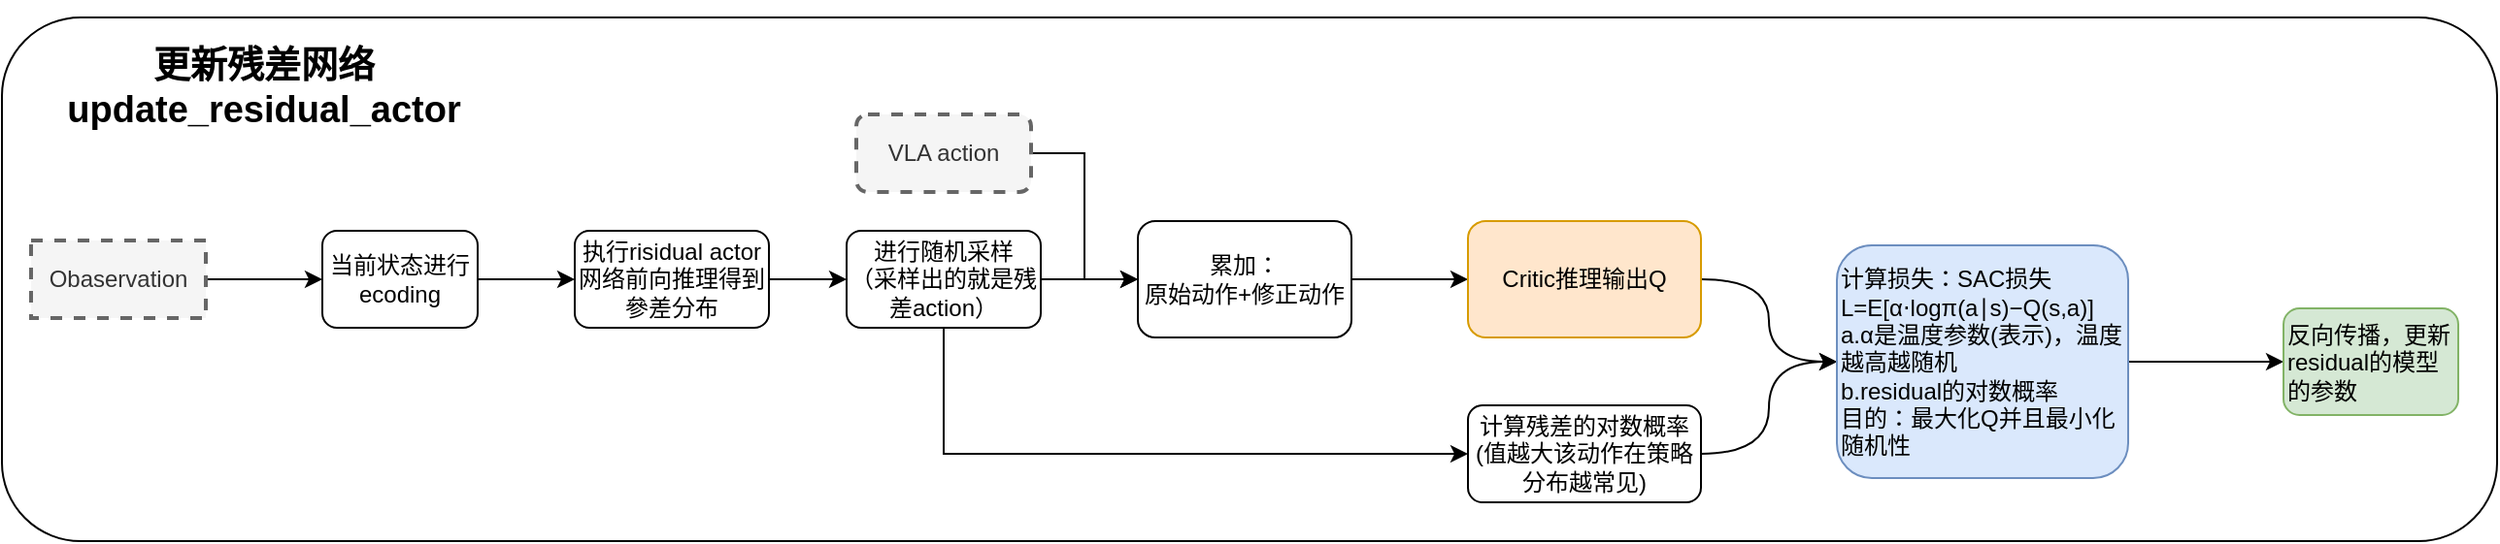
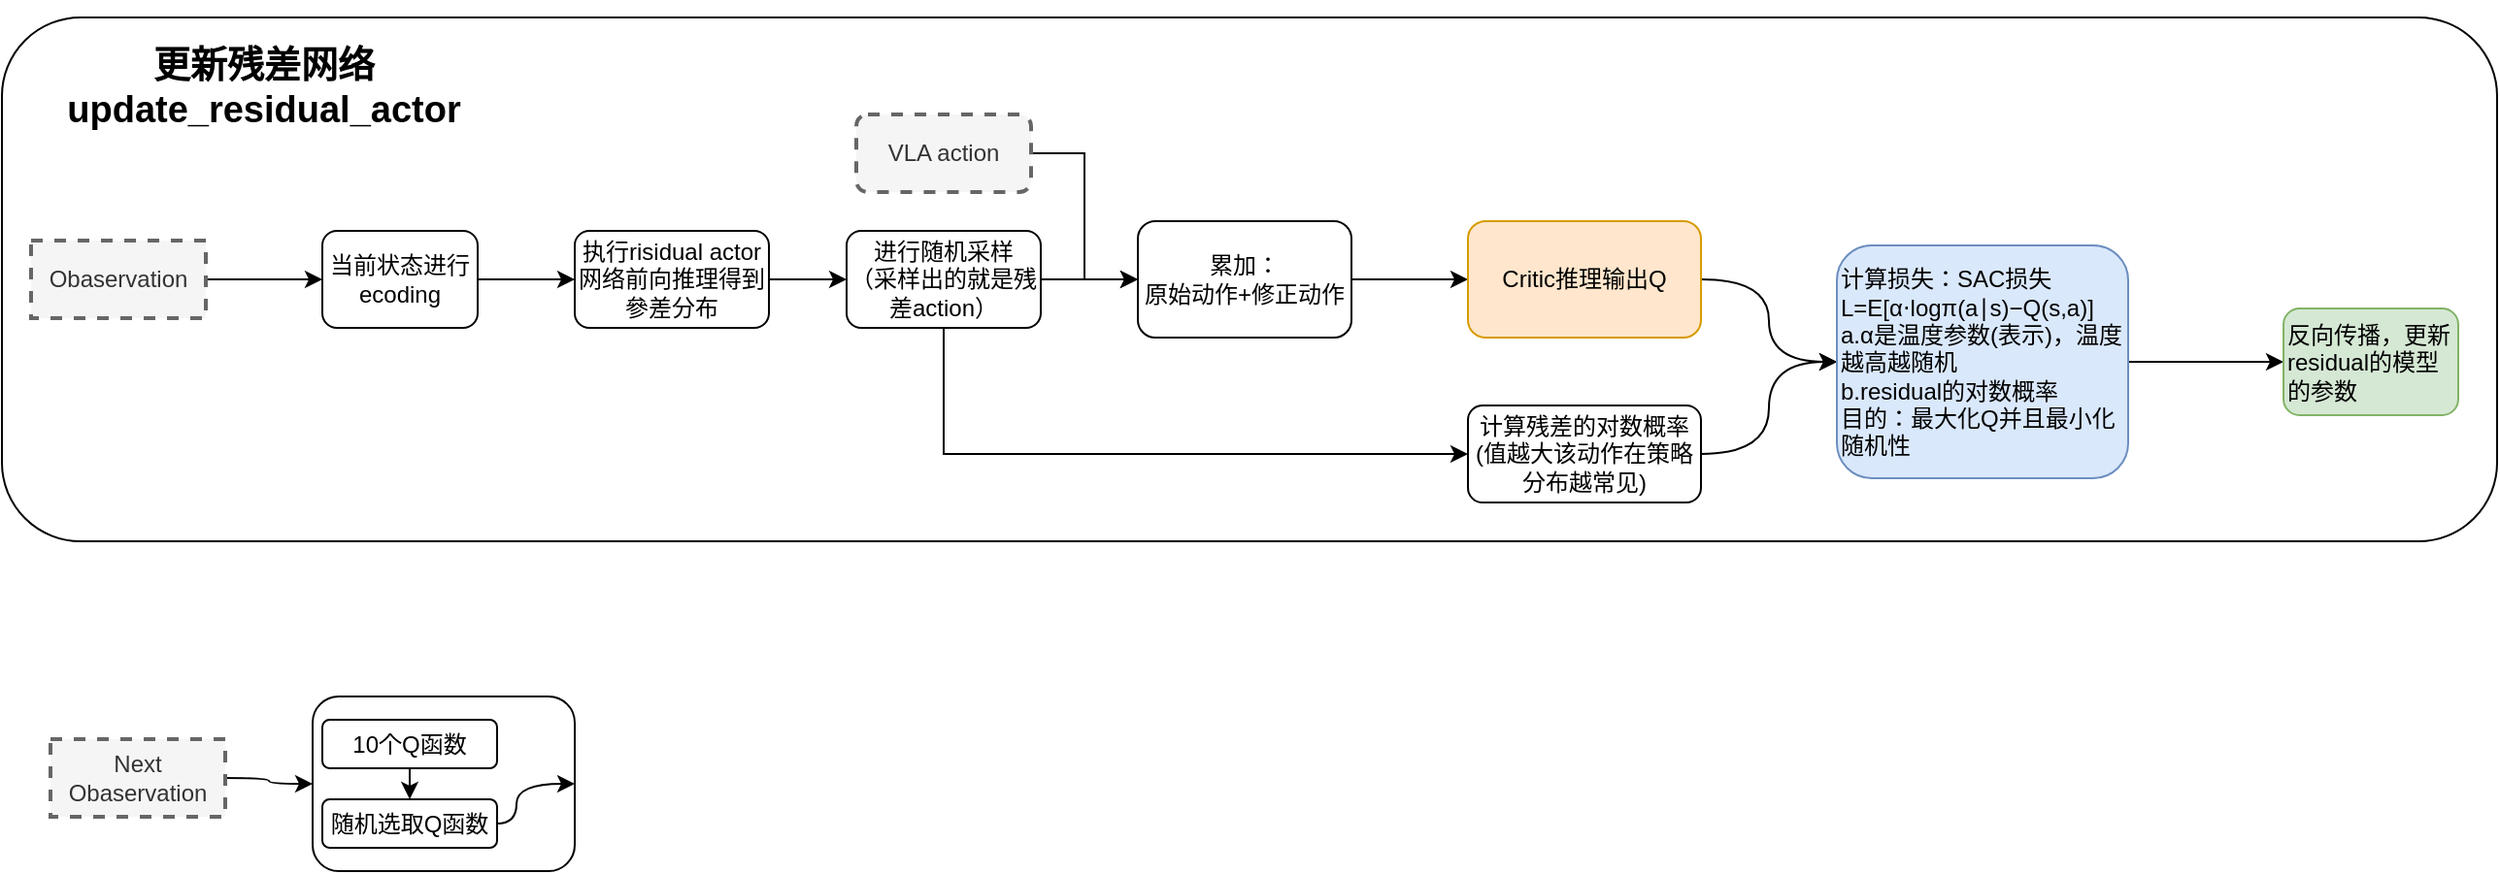
<mxfile host="app.diagrams.net">
  <diagram name="第 1 页" id="Xl2nalXjscSPXPMrPieM">
-     <mxGraphModel dx="2320" dy="849" grid="1" gridSize="10" guides="1" tooltips="1" connect="1" arrows="1" fold="1" page="1" pageScale="1" pageWidth="827" pageHeight="1169" math="0" shadow="0">
+     <mxGraphModel dx="1431" dy="1717" grid="1" gridSize="10" guides="1" tooltips="1" connect="1" arrows="1" fold="1" page="1" pageScale="1" pageWidth="827" pageHeight="1169" math="0" shadow="0">
      <root>
        <mxCell id="0" />
        <mxCell id="1" parent="0" />
+         <mxCell id="5m5IZYSdE89hOnIhnB_D-27" parent="1" style="rounded=1;whiteSpace=wrap;html=1;" value="" vertex="1">
+           <mxGeometry height="90" width="135" x="105" y="540" as="geometry" />
+         </mxCell>
        <mxCell id="5m5IZYSdE89hOnIhnB_D-22" parent="1" style="rounded=1;whiteSpace=wrap;html=1;" value="" vertex="1">
          <mxGeometry height="270" width="1285" x="-55" y="190" as="geometry" />
        </mxCell>
        <mxCell id="5m5IZYSdE89hOnIhnB_D-3" edge="1" parent="1" source="5m5IZYSdE89hOnIhnB_D-1" style="edgeStyle=orthogonalEdgeStyle;rounded=0;orthogonalLoop=1;jettySize=auto;html=1;" target="5m5IZYSdE89hOnIhnB_D-2" value="">
          <mxGeometry relative="1" as="geometry" />
        </mxCell>
        <mxCell id="5m5IZYSdE89hOnIhnB_D-1" parent="1" style="rounded=1;whiteSpace=wrap;html=1;" value="当前状态进行ecoding" vertex="1">
          <mxGeometry height="50" width="80" x="110" y="300" as="geometry" />
        </mxCell>
        <mxCell id="5m5IZYSdE89hOnIhnB_D-5" edge="1" parent="1" source="5m5IZYSdE89hOnIhnB_D-2" style="edgeStyle=orthogonalEdgeStyle;rounded=0;orthogonalLoop=1;jettySize=auto;html=1;" target="5m5IZYSdE89hOnIhnB_D-4" value="">
          <mxGeometry relative="1" as="geometry" />
        </mxCell>
        <mxCell id="5m5IZYSdE89hOnIhnB_D-2" parent="1" style="rounded=1;whiteSpace=wrap;html=1;" value="执行risidual actor网络前向推理得到參差分布" vertex="1">
          <mxGeometry height="50" width="100" x="240" y="300" as="geometry" />
        </mxCell>
        <mxCell id="5m5IZYSdE89hOnIhnB_D-7" edge="1" parent="1" source="5m5IZYSdE89hOnIhnB_D-4" style="edgeStyle=orthogonalEdgeStyle;rounded=0;orthogonalLoop=1;jettySize=auto;html=1;exitX=0.5;exitY=1;exitDx=0;exitDy=0;entryX=0;entryY=0.5;entryDx=0;entryDy=0;" target="5m5IZYSdE89hOnIhnB_D-6" value="">
          <mxGeometry relative="1" as="geometry" />
        </mxCell>
        <mxCell id="5m5IZYSdE89hOnIhnB_D-14" edge="1" parent="1" source="5m5IZYSdE89hOnIhnB_D-4" style="edgeStyle=orthogonalEdgeStyle;rounded=0;orthogonalLoop=1;jettySize=auto;html=1;exitX=1;exitY=0.5;exitDx=0;exitDy=0;entryX=0;entryY=0.5;entryDx=0;entryDy=0;" target="5m5IZYSdE89hOnIhnB_D-12">
          <mxGeometry relative="1" as="geometry" />
        </mxCell>
        <mxCell id="5m5IZYSdE89hOnIhnB_D-4" parent="1" style="rounded=1;whiteSpace=wrap;html=1;" value="进行随机采样&lt;br&gt;（采样出的就是残差action）" vertex="1">
          <mxGeometry height="50" width="100" x="380" y="300" as="geometry" />
        </mxCell>
        <mxCell id="5m5IZYSdE89hOnIhnB_D-19" edge="1" parent="1" source="5m5IZYSdE89hOnIhnB_D-6" style="edgeStyle=orthogonalEdgeStyle;rounded=0;orthogonalLoop=1;jettySize=auto;html=1;exitX=1;exitY=0.5;exitDx=0;exitDy=0;entryX=0;entryY=0.5;entryDx=0;entryDy=0;curved=1;" target="5m5IZYSdE89hOnIhnB_D-17">
          <mxGeometry relative="1" as="geometry" />
        </mxCell>
        <mxCell id="5m5IZYSdE89hOnIhnB_D-6" parent="1" style="rounded=1;whiteSpace=wrap;html=1;" value="计算残差的对数概率&lt;br&gt;(值越大该动作在策略分布越常见)" vertex="1">
          <mxGeometry height="50" width="120" x="700" y="390" as="geometry" />
        </mxCell>
        <mxCell id="5m5IZYSdE89hOnIhnB_D-9" edge="1" parent="1" source="5m5IZYSdE89hOnIhnB_D-8" style="edgeStyle=orthogonalEdgeStyle;rounded=0;orthogonalLoop=1;jettySize=auto;html=1;exitX=1;exitY=0.5;exitDx=0;exitDy=0;entryX=0;entryY=0.5;entryDx=0;entryDy=0;" target="5m5IZYSdE89hOnIhnB_D-1">
          <mxGeometry relative="1" as="geometry" />
        </mxCell>
        <mxCell id="5m5IZYSdE89hOnIhnB_D-8" parent="1" style="rounded=0;whiteSpace=wrap;html=1;fillColor=#f5f5f5;fontColor=#333333;strokeColor=#666666;dashed=1;strokeWidth=2;" value="Obaservation" vertex="1">
          <mxGeometry height="40" width="90" x="-40" y="305" as="geometry" />
        </mxCell>
        <mxCell id="5m5IZYSdE89hOnIhnB_D-13" edge="1" parent="1" source="5m5IZYSdE89hOnIhnB_D-10" style="edgeStyle=orthogonalEdgeStyle;rounded=0;orthogonalLoop=1;jettySize=auto;html=1;exitX=1;exitY=0.5;exitDx=0;exitDy=0;entryX=0;entryY=0.5;entryDx=0;entryDy=0;" target="5m5IZYSdE89hOnIhnB_D-12">
          <mxGeometry relative="1" as="geometry" />
        </mxCell>
        <mxCell id="5m5IZYSdE89hOnIhnB_D-10" parent="1" style="rounded=1;whiteSpace=wrap;html=1;fillColor=#f5f5f5;fontColor=#333333;strokeColor=#666666;dashed=1;strokeWidth=2;" value="VLA action" vertex="1">
          <mxGeometry height="40" width="90" x="385" y="240" as="geometry" />
        </mxCell>
        <mxCell id="5m5IZYSdE89hOnIhnB_D-16" edge="1" parent="1" source="5m5IZYSdE89hOnIhnB_D-12" style="edgeStyle=orthogonalEdgeStyle;rounded=0;orthogonalLoop=1;jettySize=auto;html=1;exitX=1;exitY=0.5;exitDx=0;exitDy=0;entryX=0;entryY=0.5;entryDx=0;entryDy=0;" target="5m5IZYSdE89hOnIhnB_D-15">
          <mxGeometry relative="1" as="geometry" />
        </mxCell>
        <mxCell id="5m5IZYSdE89hOnIhnB_D-12" parent="1" style="rounded=1;whiteSpace=wrap;html=1;" value="累加：&lt;br&gt;原始动作+修正动作" vertex="1">
          <mxGeometry height="60" width="110" x="530" y="295" as="geometry" />
        </mxCell>
        <mxCell id="5m5IZYSdE89hOnIhnB_D-18" edge="1" parent="1" source="5m5IZYSdE89hOnIhnB_D-15" style="edgeStyle=orthogonalEdgeStyle;rounded=0;orthogonalLoop=1;jettySize=auto;html=1;exitX=1;exitY=0.5;exitDx=0;exitDy=0;entryX=0;entryY=0.5;entryDx=0;entryDy=0;curved=1;" target="5m5IZYSdE89hOnIhnB_D-17">
          <mxGeometry relative="1" as="geometry" />
        </mxCell>
        <mxCell id="5m5IZYSdE89hOnIhnB_D-15" parent="1" style="rounded=1;whiteSpace=wrap;html=1;fillColor=#ffe6cc;strokeColor=#d79b00;" value="Critic推理输出Q" vertex="1">
          <mxGeometry height="60" width="120" x="700" y="295" as="geometry" />
        </mxCell>
        <mxCell id="5m5IZYSdE89hOnIhnB_D-21" edge="1" parent="1" source="5m5IZYSdE89hOnIhnB_D-17" style="edgeStyle=orthogonalEdgeStyle;curved=1;rounded=0;orthogonalLoop=1;jettySize=auto;html=1;" target="5m5IZYSdE89hOnIhnB_D-20" value="">
          <mxGeometry relative="1" as="geometry" />
        </mxCell>
        <mxCell id="5m5IZYSdE89hOnIhnB_D-17" parent="1" style="rounded=1;whiteSpace=wrap;html=1;align=left;fillColor=#dae8fc;strokeColor=#6c8ebf;" value="计算损失：SAC损失&lt;br&gt;L=E[α⋅logπ(a∣s)−Q(s,a)]&lt;div&gt;a.α是温度参数(表示)，温度越高越随机&lt;br&gt;b.residual的对数概率&lt;br&gt;目的：最大化Q并且最小化随机性&lt;/div&gt;" vertex="1">
          <mxGeometry height="120" width="150" x="890" y="307.5" as="geometry" />
        </mxCell>
        <mxCell id="5m5IZYSdE89hOnIhnB_D-20" parent="1" style="rounded=1;whiteSpace=wrap;html=1;align=left;fillColor=#d5e8d4;strokeColor=#82b366;" value="反向传播，更新residual的模型的参数" vertex="1">
          <mxGeometry height="55" width="90" x="1120" y="340" as="geometry" />
        </mxCell>
        <mxCell id="5m5IZYSdE89hOnIhnB_D-23" parent="1" style="text;html=1;whiteSpace=wrap;strokeColor=none;fillColor=none;align=center;verticalAlign=middle;rounded=0;fontStyle=1;fontSize=19;" value="&lt;br&gt;更新残差网络update_residual_actor" vertex="1">
          <mxGeometry height="30" width="220" x="-30" y="200" as="geometry" />
        </mxCell>
+         <mxCell id="5m5IZYSdE89hOnIhnB_D-28" edge="1" parent="1" source="5m5IZYSdE89hOnIhnB_D-24" style="edgeStyle=orthogonalEdgeStyle;curved=1;rounded=0;orthogonalLoop=1;jettySize=auto;html=1;exitX=1;exitY=0.5;exitDx=0;exitDy=0;entryX=0;entryY=0.5;entryDx=0;entryDy=0;" target="5m5IZYSdE89hOnIhnB_D-27">
+           <mxGeometry relative="1" as="geometry" />
+         </mxCell>
+         <mxCell id="5m5IZYSdE89hOnIhnB_D-24" parent="1" style="rounded=0;whiteSpace=wrap;html=1;fillColor=#f5f5f5;fontColor=#333333;strokeColor=#666666;dashed=1;strokeWidth=2;" value="Next&lt;br&gt;Obaservation" vertex="1">
+           <mxGeometry height="40" width="90" x="-30" y="562" as="geometry" />
+         </mxCell>
+         <mxCell id="5m5IZYSdE89hOnIhnB_D-30" edge="1" parent="1" source="5m5IZYSdE89hOnIhnB_D-25" style="edgeStyle=orthogonalEdgeStyle;curved=1;rounded=0;orthogonalLoop=1;jettySize=auto;html=1;exitX=1;exitY=0.5;exitDx=0;exitDy=0;entryX=1;entryY=0.5;entryDx=0;entryDy=0;" target="5m5IZYSdE89hOnIhnB_D-27">
+           <mxGeometry relative="1" as="geometry">
+             <Array as="points">
+               <mxPoint x="210" y="605" />
+               <mxPoint x="210" y="585" />
+             </Array>
+           </mxGeometry>
+         </mxCell>
+         <mxCell id="5m5IZYSdE89hOnIhnB_D-25" parent="1" style="rounded=1;whiteSpace=wrap;html=1;" value="随机选取Q函数" vertex="1">
+           <mxGeometry height="25" width="90" x="110" y="593" as="geometry" />
+         </mxCell>
+         <mxCell id="5m5IZYSdE89hOnIhnB_D-29" edge="1" parent="1" source="5m5IZYSdE89hOnIhnB_D-26" style="edgeStyle=orthogonalEdgeStyle;curved=1;rounded=0;orthogonalLoop=1;jettySize=auto;html=1;exitX=0.5;exitY=1;exitDx=0;exitDy=0;entryX=0.5;entryY=0;entryDx=0;entryDy=0;" target="5m5IZYSdE89hOnIhnB_D-25">
+           <mxGeometry relative="1" as="geometry" />
+         </mxCell>
+         <mxCell id="5m5IZYSdE89hOnIhnB_D-26" parent="1" style="rounded=1;whiteSpace=wrap;html=1;" value="10个Q函数" vertex="1">
+           <mxGeometry height="25" width="90" x="110" y="552" as="geometry" />
+         </mxCell>
      </root>
    </mxGraphModel>
  </diagram>
</mxfile>
